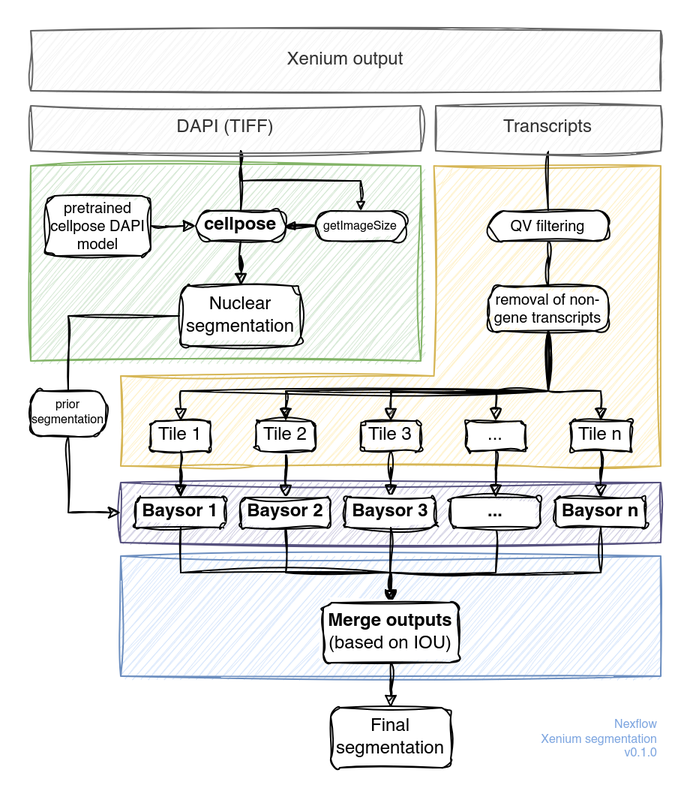
The draw.io diagram diagram.drawio.png in maximilian-heeg/xenium-segmentation, before a commit. Source tidied: cells renumbered, new cells last; positions are measured from the earlier drawing's top-left corner, leaving out a move shared by most shapes. Its diagram source:
```xml
<mxGraphModel>
  <root>
    <mxCell id="0" />
    <mxCell id="1" parent="0" />
    <mxCell id="2" style="verticalLabelPosition=bottom;verticalAlign=top;html=1;shape=mxgraph.basic.polygon;polyCoords=[[0.58,0.7],[0.58,0],[1,0],[1,1],[0.75,1],[0.25,1],[0,1],[0,0.7]];polyline=0;fillColor=#fff2cc;strokeColor=#d6b656;sketch=1;curveFitting=1;jiggle=2;" parent="1" vertex="1">
      <mxGeometry x="60" y="90" width="360" height="200" as="geometry" />
    </mxCell>
    <mxCell id="3" style="rounded=0;whiteSpace=wrap;html=1;fillColor=#dae8fc;strokeColor=#6c8ebf;sketch=1;curveFitting=1;jiggle=2;" parent="1" vertex="1">
      <mxGeometry x="60" y="350" width="360" height="80" as="geometry" />
    </mxCell>
    <mxCell id="4" style="rounded=0;whiteSpace=wrap;html=1;fillColor=#d5e8d4;strokeColor=#82b366;glass=0;shadow=0;sketch=1;curveFitting=1;jiggle=2;" parent="1" vertex="1">
      <mxGeometry y="90" width="260" height="130" as="geometry" />
    </mxCell>
    <mxCell id="5" style="rounded=0;whiteSpace=wrap;html=1;fillColor=#d0cee2;strokeColor=#56517e;glass=0;shadow=0;sketch=1;curveFitting=1;jiggle=2;" parent="1" vertex="1">
      <mxGeometry x="60" y="301" width="360" height="40" as="geometry" />
    </mxCell>
    <mxCell id="6" value="Xenium output" style="rounded=0;whiteSpace=wrap;html=1;fillColor=#f5f5f5;fontColor=#333333;strokeColor=#666666;sketch=1;curveFitting=1;jiggle=2;" parent="1" vertex="1">
      <mxGeometry width="420" height="40" as="geometry" />
    </mxCell>
    <mxCell id="7" style="edgeStyle=orthogonalEdgeStyle;rounded=0;jettySize=auto;html=1;endArrow=none;endFill=0;sketch=1;curveFitting=1;jiggle=2;" parent="1" edge="1" source="9" target="15">
      <mxGeometry relative="1" as="geometry">
        <Array as="points">
          <mxPoint x="140" y="90" />
          <mxPoint x="140" y="90" />
        </Array>
      </mxGeometry>
    </mxCell>
    <mxCell id="8" style="edgeStyle=orthogonalEdgeStyle;rounded=0;jettySize=auto;html=1;endArrow=block;endFill=1;endSize=4;entryX=0.5;entryY=0;entryDx=0;entryDy=0;sketch=1;curveFitting=1;jiggle=2;" parent="1" edge="1" source="9" target="52">
      <mxGeometry relative="1" as="geometry">
        <Array as="points">
          <mxPoint x="140" y="100" />
          <mxPoint x="220" y="100" />
        </Array>
      </mxGeometry>
    </mxCell>
    <mxCell id="9" value="DAPI (TIFF)" style="rounded=0;whiteSpace=wrap;html=1;fillColor=#f5f5f5;fontColor=#333333;strokeColor=#666666;sketch=1;curveFitting=1;jiggle=2;" parent="1" vertex="1">
      <mxGeometry y="50" width="260" height="30" as="geometry" />
    </mxCell>
    <mxCell id="10" style="edgeStyle=orthogonalEdgeStyle;rounded=0;jettySize=auto;html=1;entryX=0.5;entryY=0;entryDx=0;entryDy=0;endArrow=none;endFill=0;sketch=1;curveFitting=1;jiggle=2;" parent="1" edge="1" source="11" target="19">
      <mxGeometry relative="1" as="geometry" />
    </mxCell>
    <mxCell id="11" value="Transcripts" style="rounded=0;whiteSpace=wrap;html=1;fillColor=#f5f5f5;fontColor=#333333;strokeColor=#666666;sketch=1;curveFitting=1;jiggle=2;" parent="1" vertex="1">
      <mxGeometry x="270" y="50" width="150" height="30" as="geometry" />
    </mxCell>
    <mxCell id="12" style="edgeStyle=orthogonalEdgeStyle;rounded=0;jettySize=auto;html=1;endArrow=none;endFill=0;sketch=1;curveFitting=1;jiggle=2;" parent="1" edge="1" source="13" target="47">
      <mxGeometry relative="1" as="geometry" />
    </mxCell>
    <mxCell id="13" value="&lt;div&gt;Nuclear&lt;/div&gt;&lt;div&gt;segmentation&lt;/div&gt;" style="rounded=1;whiteSpace=wrap;html=1;sketch=1;curveFitting=1;jiggle=2;" parent="1" vertex="1">
      <mxGeometry x="100" y="170" width="80" height="40" as="geometry" />
    </mxCell>
    <mxCell id="14" style="edgeStyle=orthogonalEdgeStyle;rounded=0;jettySize=auto;html=1;endArrow=block;endFill=1;sketch=1;curveFitting=1;jiggle=2;" parent="1" edge="1" source="15" target="13">
      <mxGeometry relative="1" as="geometry" />
    </mxCell>
    <mxCell id="15" value="cellpose" style="rounded=1;whiteSpace=wrap;html=1;arcSize=50;fontStyle=1;sketch=1;curveFitting=1;jiggle=2;" parent="1" vertex="1">
      <mxGeometry x="110" y="120" width="60" height="20" as="geometry" />
    </mxCell>
    <mxCell id="16" style="edgeStyle=orthogonalEdgeStyle;rounded=0;jettySize=auto;html=1;endArrow=block;endFill=1;sketch=1;curveFitting=1;jiggle=2;" parent="1" edge="1" source="17" target="15">
      <mxGeometry relative="1" as="geometry" />
    </mxCell>
    <mxCell id="17" value="pretrained cellpose DAPI model" style="rounded=1;whiteSpace=wrap;html=1;fontSize=10;sketch=1;curveFitting=1;jiggle=2;" parent="1" vertex="1">
      <mxGeometry x="10" y="110" width="70" height="40" as="geometry" />
    </mxCell>
    <mxCell id="18" style="edgeStyle=orthogonalEdgeStyle;rounded=0;jettySize=auto;html=1;entryX=0.5;entryY=0;entryDx=0;entryDy=0;endArrow=none;endFill=0;sketch=1;curveFitting=1;jiggle=2;" parent="1" edge="1" source="19" target="25">
      <mxGeometry relative="1" as="geometry" />
    </mxCell>
    <mxCell id="19" value="QV filtering" style="rounded=1;whiteSpace=wrap;html=1;arcSize=50;fontSize=10;sketch=1;curveFitting=1;jiggle=2;" parent="1" vertex="1">
      <mxGeometry x="305" y="120" width="80" height="20" as="geometry" />
    </mxCell>
    <mxCell id="20" style="edgeStyle=orthogonalEdgeStyle;rounded=0;jettySize=auto;html=1;entryX=0.5;entryY=0;entryDx=0;entryDy=0;endArrow=block;endFill=1;sketch=1;curveFitting=1;jiggle=2;" parent="1" edge="1" source="25" target="27">
      <mxGeometry relative="1" as="geometry">
        <Array as="points">
          <mxPoint x="345" y="240" />
          <mxPoint x="100" y="240" />
        </Array>
      </mxGeometry>
    </mxCell>
    <mxCell id="21" style="edgeStyle=orthogonalEdgeStyle;rounded=0;jettySize=auto;html=1;entryX=0.5;entryY=0;entryDx=0;entryDy=0;endArrow=block;endFill=1;exitX=0.5;exitY=1;exitDx=0;exitDy=0;sketch=1;curveFitting=1;jiggle=2;" parent="1" edge="1" source="25" target="29">
      <mxGeometry relative="1" as="geometry">
        <Array as="points">
          <mxPoint x="345" y="240" />
          <mxPoint x="170" y="240" />
        </Array>
      </mxGeometry>
    </mxCell>
    <mxCell id="22" style="edgeStyle=orthogonalEdgeStyle;rounded=0;jettySize=auto;html=1;entryX=0.5;entryY=0;entryDx=0;entryDy=0;endArrow=block;endFill=1;sketch=1;curveFitting=1;jiggle=2;" parent="1" edge="1" source="25" target="31">
      <mxGeometry relative="1" as="geometry">
        <Array as="points">
          <mxPoint x="345" y="240" />
          <mxPoint x="240" y="240" />
        </Array>
      </mxGeometry>
    </mxCell>
    <mxCell id="23" style="edgeStyle=orthogonalEdgeStyle;rounded=0;jettySize=auto;html=1;entryX=0.5;entryY=0;entryDx=0;entryDy=0;endArrow=block;endFill=1;sketch=1;curveFitting=1;jiggle=2;" parent="1" edge="1" source="25" target="33">
      <mxGeometry relative="1" as="geometry">
        <Array as="points">
          <mxPoint x="345" y="240" />
          <mxPoint x="310" y="240" />
        </Array>
      </mxGeometry>
    </mxCell>
    <mxCell id="24" style="edgeStyle=orthogonalEdgeStyle;rounded=0;jettySize=auto;html=1;entryX=0.5;entryY=0;entryDx=0;entryDy=0;endArrow=block;endFill=1;sketch=1;curveFitting=1;jiggle=2;" parent="1" edge="1" source="25" target="35">
      <mxGeometry relative="1" as="geometry">
        <Array as="points">
          <mxPoint x="345" y="240" />
          <mxPoint x="380" y="240" />
        </Array>
      </mxGeometry>
    </mxCell>
    <mxCell id="25" value="removal of non-gene transcripts" style="rounded=1;whiteSpace=wrap;html=1;arcSize=30;fontSize=10;sketch=1;curveFitting=1;jiggle=2;" parent="1" vertex="1">
      <mxGeometry x="305" y="170" width="80" height="30" as="geometry" />
    </mxCell>
    <mxCell id="26" style="edgeStyle=orthogonalEdgeStyle;rounded=0;jettySize=auto;html=1;entryX=0.5;entryY=0;entryDx=0;entryDy=0;endArrow=block;endFill=1;sketch=1;curveFitting=1;jiggle=2;" parent="1" edge="1" source="27" target="37">
      <mxGeometry relative="1" as="geometry" />
    </mxCell>
    <mxCell id="27" value="Tile 1" style="rounded=1;whiteSpace=wrap;html=1;sketch=1;curveFitting=1;jiggle=2;" parent="1" vertex="1">
      <mxGeometry x="80" y="260" width="40" height="20" as="geometry" />
    </mxCell>
    <mxCell id="28" style="edgeStyle=orthogonalEdgeStyle;rounded=0;jettySize=auto;html=1;entryX=0.5;entryY=0;entryDx=0;entryDy=0;endArrow=block;endFill=1;sketch=1;curveFitting=1;jiggle=2;" parent="1" edge="1" source="29" target="39">
      <mxGeometry relative="1" as="geometry" />
    </mxCell>
    <mxCell id="29" value="Tile 2" style="rounded=1;whiteSpace=wrap;html=1;sketch=1;curveFitting=1;jiggle=2;" parent="1" vertex="1">
      <mxGeometry x="150" y="260" width="40" height="20" as="geometry" />
    </mxCell>
    <mxCell id="30" style="edgeStyle=orthogonalEdgeStyle;rounded=0;jettySize=auto;html=1;entryX=0.5;entryY=0;entryDx=0;entryDy=0;endArrow=block;endFill=1;sketch=1;curveFitting=1;jiggle=2;" parent="1" edge="1" source="31" target="41">
      <mxGeometry relative="1" as="geometry" />
    </mxCell>
    <mxCell id="31" value="Tile 3" style="rounded=1;whiteSpace=wrap;html=1;sketch=1;curveFitting=1;jiggle=2;" parent="1" vertex="1">
      <mxGeometry x="220" y="260" width="40" height="20" as="geometry" />
    </mxCell>
    <mxCell id="32" style="edgeStyle=orthogonalEdgeStyle;rounded=0;jettySize=auto;html=1;entryX=0.5;entryY=0;entryDx=0;entryDy=0;endArrow=block;endFill=1;sketch=1;curveFitting=1;jiggle=2;" parent="1" edge="1" source="33" target="43">
      <mxGeometry relative="1" as="geometry" />
    </mxCell>
    <mxCell id="33" value="..." style="rounded=1;whiteSpace=wrap;html=1;sketch=1;curveFitting=1;jiggle=2;" parent="1" vertex="1">
      <mxGeometry x="290" y="260" width="40" height="20" as="geometry" />
    </mxCell>
    <mxCell id="34" style="edgeStyle=orthogonalEdgeStyle;rounded=0;jettySize=auto;html=1;entryX=0.5;entryY=0;entryDx=0;entryDy=0;endArrow=block;endFill=1;sketch=1;curveFitting=1;jiggle=2;" parent="1" edge="1" source="35" target="45">
      <mxGeometry relative="1" as="geometry" />
    </mxCell>
    <mxCell id="35" value="Tile n" style="rounded=1;whiteSpace=wrap;html=1;sketch=1;curveFitting=1;jiggle=2;" parent="1" vertex="1">
      <mxGeometry x="360" y="260" width="40" height="20" as="geometry" />
    </mxCell>
    <mxCell id="36" style="edgeStyle=orthogonalEdgeStyle;rounded=0;jettySize=auto;html=1;entryX=0.5;entryY=0;entryDx=0;entryDy=0;endArrow=block;endFill=1;sketch=1;curveFitting=1;jiggle=2;" parent="1" edge="1" source="37" target="49">
      <mxGeometry relative="1" as="geometry">
        <Array as="points">
          <mxPoint x="100" y="361" />
          <mxPoint x="240" y="361" />
        </Array>
      </mxGeometry>
    </mxCell>
    <mxCell id="37" value="Baysor 1" style="rounded=1;whiteSpace=wrap;html=1;fontStyle=1;sketch=1;curveFitting=1;jiggle=2;" parent="1" vertex="1">
      <mxGeometry x="70" y="311" width="60" height="20" as="geometry" />
    </mxCell>
    <mxCell id="38" style="edgeStyle=orthogonalEdgeStyle;rounded=0;jettySize=auto;html=1;entryX=0.5;entryY=0;entryDx=0;entryDy=0;endArrow=block;endFill=1;sketch=1;curveFitting=1;jiggle=2;" parent="1" edge="1" source="39" target="49">
      <mxGeometry relative="1" as="geometry">
        <Array as="points">
          <mxPoint x="170" y="361" />
          <mxPoint x="240" y="361" />
        </Array>
      </mxGeometry>
    </mxCell>
    <mxCell id="39" value="Baysor 2" style="rounded=1;whiteSpace=wrap;html=1;fontStyle=1;sketch=1;curveFitting=1;jiggle=2;" parent="1" vertex="1">
      <mxGeometry x="140" y="311" width="60" height="20" as="geometry" />
    </mxCell>
    <mxCell id="40" style="edgeStyle=orthogonalEdgeStyle;rounded=0;jettySize=auto;html=1;entryX=0.5;entryY=0;entryDx=0;entryDy=0;endArrow=block;endFill=1;sketch=1;curveFitting=1;jiggle=2;" parent="1" edge="1" source="41" target="49">
      <mxGeometry relative="1" as="geometry">
        <Array as="points">
          <mxPoint x="240" y="371" />
          <mxPoint x="240" y="371" />
        </Array>
      </mxGeometry>
    </mxCell>
    <mxCell id="41" value="Baysor 3" style="rounded=1;whiteSpace=wrap;html=1;fontStyle=1;sketch=1;curveFitting=1;jiggle=2;" parent="1" vertex="1">
      <mxGeometry x="210" y="311" width="60" height="20" as="geometry" />
    </mxCell>
    <mxCell id="42" style="edgeStyle=orthogonalEdgeStyle;rounded=0;jettySize=auto;html=1;entryX=0.5;entryY=0;entryDx=0;entryDy=0;endArrow=block;endFill=1;sketch=1;curveFitting=1;jiggle=2;" parent="1" edge="1" source="43" target="49">
      <mxGeometry relative="1" as="geometry">
        <Array as="points">
          <mxPoint x="310" y="361" />
          <mxPoint x="240" y="361" />
        </Array>
      </mxGeometry>
    </mxCell>
    <mxCell id="43" value="..." style="rounded=1;whiteSpace=wrap;html=1;fontStyle=1;sketch=1;curveFitting=1;jiggle=2;" parent="1" vertex="1">
      <mxGeometry x="280" y="311" width="60" height="20" as="geometry" />
    </mxCell>
    <mxCell id="44" style="edgeStyle=orthogonalEdgeStyle;rounded=0;jettySize=auto;html=1;entryX=0.5;entryY=0;entryDx=0;entryDy=0;endArrow=block;endFill=1;sketch=1;curveFitting=1;jiggle=2;" parent="1" edge="1" source="45" target="49">
      <mxGeometry relative="1" as="geometry">
        <Array as="points">
          <mxPoint x="380" y="361" />
          <mxPoint x="240" y="361" />
        </Array>
      </mxGeometry>
    </mxCell>
    <mxCell id="45" value="Baysor n" style="rounded=1;whiteSpace=wrap;html=1;fontStyle=1;sketch=1;curveFitting=1;jiggle=2;" parent="1" vertex="1">
      <mxGeometry x="350" y="311" width="60" height="20" as="geometry" />
    </mxCell>
    <mxCell id="46" style="edgeStyle=orthogonalEdgeStyle;rounded=0;jettySize=auto;html=1;entryX=0;entryY=0.5;entryDx=0;entryDy=0;sketch=1;curveFitting=1;jiggle=2;" parent="1" edge="1" source="47" target="5">
      <mxGeometry relative="1" as="geometry">
        <Array as="points">
          <mxPoint x="25" y="321" />
        </Array>
      </mxGeometry>
    </mxCell>
    <mxCell id="47" value="prior segmentation" style="rounded=1;whiteSpace=wrap;html=1;arcSize=28;fontSize=8;sketch=1;curveFitting=1;jiggle=2;" parent="1" vertex="1">
      <mxGeometry y="240" width="50" height="30" as="geometry" />
    </mxCell>
    <mxCell id="48" style="edgeStyle=orthogonalEdgeStyle;rounded=0;jettySize=auto;html=1;endArrow=block;endFill=1;sketch=1;curveFitting=1;jiggle=2;" parent="1" edge="1" source="49" target="50">
      <mxGeometry relative="1" as="geometry" />
    </mxCell>
    <mxCell id="49" value="&lt;b&gt;Merge outputs &lt;/b&gt;(based on IOU)" style="rounded=1;whiteSpace=wrap;html=1;arcSize=14;sketch=1;curveFitting=1;jiggle=2;" parent="1" vertex="1">
      <mxGeometry x="195" y="381" width="90" height="40" as="geometry" />
    </mxCell>
    <mxCell id="50" value="Final segmentation" style="rounded=1;whiteSpace=wrap;html=1;sketch=1;curveFitting=1;jiggle=2;" parent="1" vertex="1">
      <mxGeometry x="200" y="451" width="80" height="40" as="geometry" />
    </mxCell>
    <mxCell id="51" style="edgeStyle=orthogonalEdgeStyle;rounded=0;jettySize=auto;html=1;entryX=1;entryY=0.5;entryDx=0;entryDy=0;endSize=4;endArrow=block;endFill=1;sketch=1;curveFitting=1;jiggle=2;" parent="1" edge="1" source="52" target="15">
      <mxGeometry relative="1" as="geometry" />
    </mxCell>
    <mxCell id="52" value="&lt;font style=&quot;font-size: 8px;&quot;&gt;getImageSize&lt;/font&gt;" style="rounded=1;whiteSpace=wrap;html=1;arcSize=50;sketch=1;curveFitting=1;jiggle=2;" parent="1" vertex="1">
      <mxGeometry x="190" y="120" width="60" height="20" as="geometry" />
    </mxCell>
    <mxCell id="53" value="&lt;br style=&quot;font-size: 8px;&quot;&gt;Nexflow&lt;br&gt;Xenium segmentation&lt;br style=&quot;font-size: 8px;&quot;&gt;v0.1.0" style="rounded=0;whiteSpace=wrap;html=1;align=right;verticalAlign=bottom;fillColor=none;strokeColor=none;fontSize=8;sketch=1;curveFitting=1;jiggle=2;fontColor=#7EA6E0;" parent="1" vertex="1">
      <mxGeometry x="300" y="451" width="120" height="39" as="geometry" />
    </mxCell>
  </root>
</mxGraphModel>
```
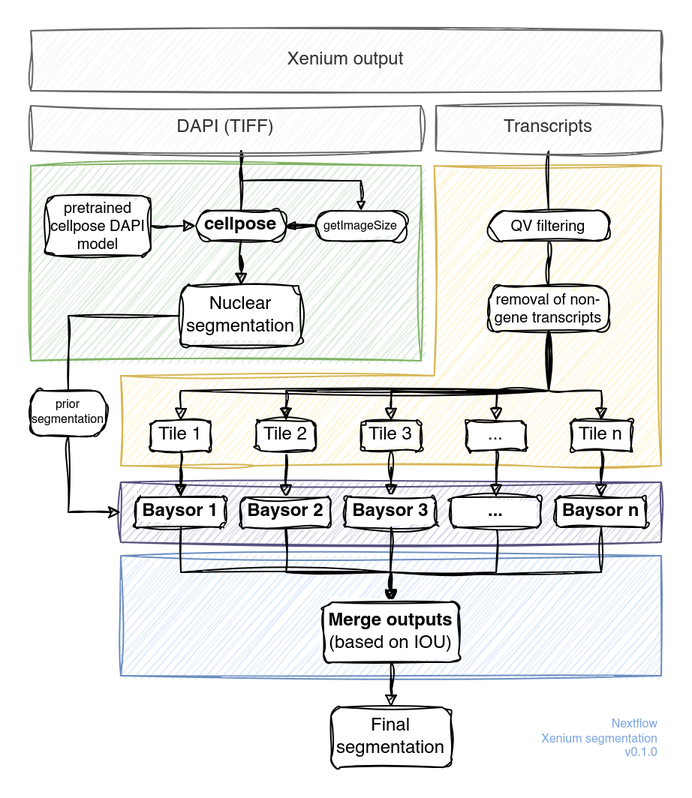
After the change.

Change to the diagram source:
```diff
@@ -219,7 +219,7 @@
     <mxCell id="52" value="&lt;font style=&quot;font-size: 8px;&quot;&gt;getImageSize&lt;/font&gt;" style="rounded=1;whiteSpace=wrap;html=1;arcSize=50;sketch=1;curveFitting=1;jiggle=2;" parent="1" vertex="1">
       <mxGeometry x="190" y="120" width="60" height="20" as="geometry" />
     </mxCell>
-    <mxCell id="53" value="&lt;br style=&quot;font-size: 8px;&quot;&gt;Nexflow&lt;br&gt;Xenium segmentation&lt;br style=&quot;font-size: 8px;&quot;&gt;v0.1.0" style="rounded=0;whiteSpace=wrap;html=1;align=right;verticalAlign=bottom;fillColor=none;strokeColor=none;fontSize=8;sketch=1;curveFitting=1;jiggle=2;fontColor=#7EA6E0;" parent="1" vertex="1">
+    <mxCell id="53" value="&lt;br style=&quot;font-size: 8px;&quot;&gt;Nextflow&lt;br&gt;Xenium segmentation&lt;br style=&quot;font-size: 8px;&quot;&gt;v0.1.0" style="rounded=0;whiteSpace=wrap;html=1;align=right;verticalAlign=bottom;fillColor=none;strokeColor=none;fontSize=8;fontColor=#7EA6E0;sketch=1;curveFitting=1;jiggle=2;" parent="1" vertex="1">
       <mxGeometry x="300" y="451" width="120" height="39" as="geometry" />
     </mxCell>
   </root>
```
